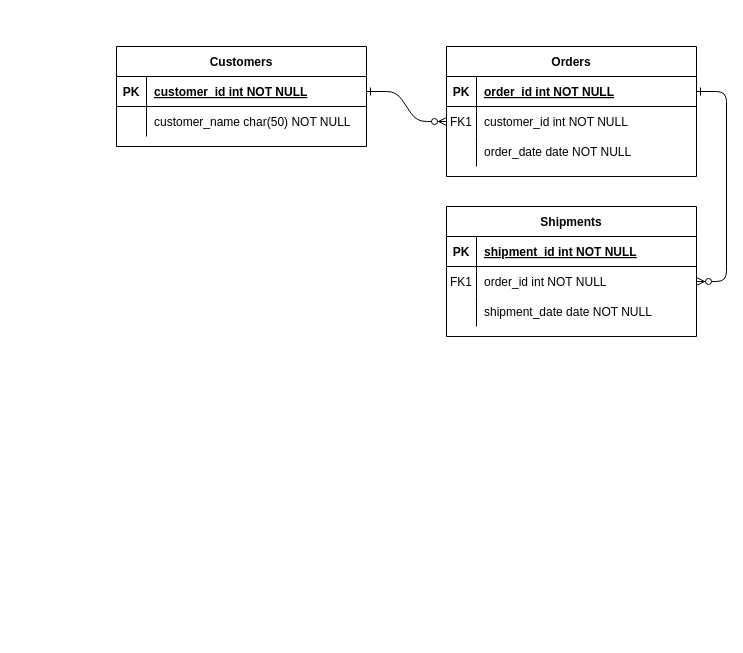
The draw.io diagram library.drawio in MihaiPop123/sdaCourse, before the edit. Source tidied: cells renumbered, new cells numbered last; positions are measured from the earlier drawing's top-left corner, leaving out a move shared by most shapes. Both pictures are drawn from the tidied source at 100%, with x=0, y=0 at pixel (116, 46).
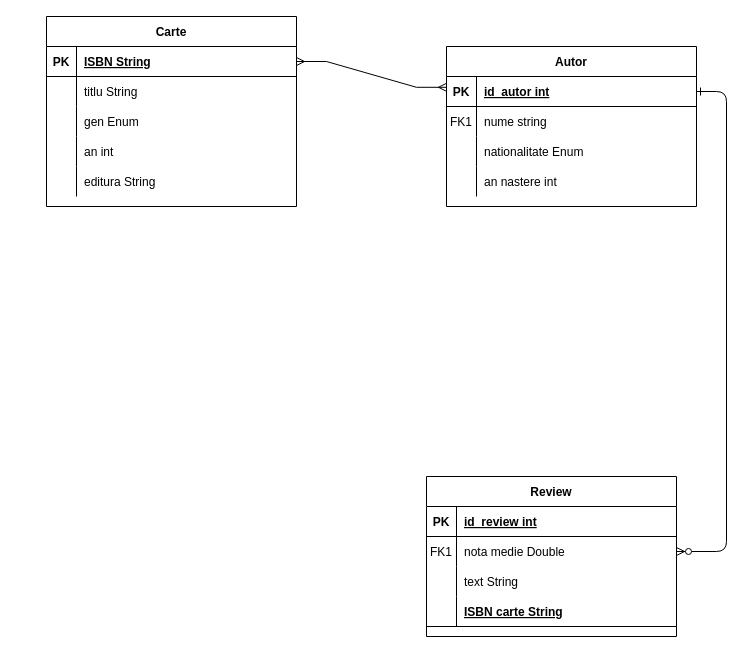
The same page after the edit.

The change refers to these unchanged cells:
```xml
<mxCell id="5" style="shape=partialRectangle;fillColor=none;points=[[0,0.5],[1,0.5]];portConstraint=eastwest;top=0;left=0;right=0;bottom=1;" parent="4" vertex="1">
  <mxGeometry y="30" width="250" height="30" as="geometry" />
</mxCell>
<mxCell id="8" style="shape=partialRectangle;fillColor=none;points=[[0,0.5],[1,0.5]];portConstraint=eastwest;top=0;left=0;right=0;bottom=0;" parent="4" vertex="1">
  <mxGeometry y="60" width="250" height="30" as="geometry" />
</mxCell>
<mxCell id="11" style="shape=partialRectangle;fillColor=none;top=0;left=0;right=0;bottom=0;" parent="4" vertex="1">
  <mxGeometry y="90" width="250" height="30" as="geometry" />
</mxCell>
<mxCell id="15" style="shape=partialRectangle;fillColor=none;top=0;left=0;right=0;bottom=1;" parent="14" vertex="1">
  <mxGeometry y="30" width="250" height="30" as="geometry" />
</mxCell>
<mxCell id="18" style="shape=partialRectangle;fillColor=none;points=[[0,0.5],[1,0.5]];portConstraint=eastwest;top=0;left=0;right=0;bottom=0;" parent="14" vertex="1">
  <mxGeometry y="60" width="250" height="30" as="geometry" />
</mxCell>
<mxCell id="21" style="shape=partialRectangle;fillColor=none;top=0;left=0;right=0;bottom=0;" parent="14" vertex="1">
  <mxGeometry y="90" width="250" height="30" as="geometry" />
</mxCell>
<mxCell id="25" style="shape=partialRectangle;fillColor=none;points=[[0,0.5],[1,0.5]];portConstraint=eastwest;top=0;left=0;right=0;bottom=1;" parent="24" vertex="1">
  <mxGeometry y="30" width="250" height="30" as="geometry" />
</mxCell>
<mxCell id="28" style="shape=partialRectangle;fillColor=none;top=0;left=0;right=0;bottom=0;" parent="24" vertex="1">
  <mxGeometry y="60" width="250" height="30" as="geometry" />
</mxCell>
```

The edit, as a diff of the source:
```diff
@@
-    <mxCell id="2" style="edgeStyle=entityRelationEdgeStyle;endArrow=ERzeroToMany;startArrow=ERone;endFill=1;startFill=0;" parent="1" edge="1" source="25" target="8">
-      <mxGeometry relative="1" as="geometry" />
-    </mxCell>
@@
-    <mxCell id="4" value="Orders" style="shape=table;startSize=30;childLayout=tableLayout;rowLines=0;fontStyle=1;align=center;" parent="1" vertex="1">
-      <mxGeometry x="330" width="250" height="130" as="geometry" />
+    <mxCell id="4" value="Autor" style="shape=table;startSize=30;childLayout=tableLayout;rowLines=0;fontStyle=1;align=center;" parent="1" vertex="1">
+      <mxGeometry x="330" width="250" height="160" as="geometry" />
     </mxCell>
@@
-    <mxCell id="7" value="order_id int NOT NULL " style="shape=partialRectangle;overflow=hidden;fillColor=none;top=0;left=0;bottom=0;right=0;align=left;spacingLeft=6;fontStyle=5;" parent="5" vertex="1">
+    <mxCell id="7" value="id_autor int" style="shape=partialRectangle;overflow=hidden;fillColor=none;top=0;left=0;bottom=0;right=0;align=left;spacingLeft=6;fontStyle=5;" parent="5" vertex="1">
       <mxGeometry x="30" width="220" height="30" as="geometry" />
     </mxCell>
@@
-    <mxCell id="10" value="customer_id int NOT NULL" style="shape=partialRectangle;overflow=hidden;fillColor=none;top=0;left=0;bottom=0;right=0;align=left;spacingLeft=6;" parent="8" vertex="1">
+    <mxCell id="10" value="nume string" style="shape=partialRectangle;overflow=hidden;fillColor=none;top=0;left=0;bottom=0;right=0;align=left;spacingLeft=6;" parent="8" vertex="1">
       <mxGeometry x="30" width="220" height="30" as="geometry" />
     </mxCell>
@@
-    <mxCell id="13" value="order_date date NOT NULL" style="shape=partialRectangle;overflow=hidden;fillColor=none;top=0;left=0;bottom=0;right=0;align=left;spacingLeft=6;" parent="11" vertex="1">
+    <mxCell id="13" value="nationalitate Enum" style="shape=partialRectangle;overflow=hidden;fillColor=none;top=0;left=0;bottom=0;right=0;align=left;spacingLeft=6;" parent="11" vertex="1">
       <mxGeometry x="30" width="220" height="30" as="geometry" />
     </mxCell>
+    <mxCell id="31" style="shape=partialRectangle;fillColor=none;top=0;left=0;right=0;bottom=0;" parent="4" vertex="1">
+      <mxGeometry y="120" width="250" height="30" as="geometry" />
+    </mxCell>
+    <mxCell id="32" style="shape=partialRectangle;overflow=hidden;fillColor=none;top=0;left=0;bottom=0;right=0;" parent="31" vertex="1">
+      <mxGeometry width="30" height="30" as="geometry" />
+    </mxCell>
+    <mxCell id="33" value="an nastere int" style="shape=partialRectangle;overflow=hidden;fillColor=none;top=0;left=0;bottom=0;right=0;align=left;spacingLeft=6;" parent="31" vertex="1">
+      <mxGeometry x="30" width="220" height="30" as="geometry" />
+    </mxCell>
-    <mxCell id="14" value="Shipments" style="shape=table;startSize=30;childLayout=tableLayout;rowLines=0;fontStyle=1;align=center;" parent="1" vertex="1">
-      <mxGeometry x="330" y="160" width="250" height="130" as="geometry" />
+    <mxCell id="14" value="Review" style="shape=table;startSize=30;childLayout=tableLayout;rowLines=0;fontStyle=1;align=center;" parent="1" vertex="1">
+      <mxGeometry x="310" y="430" width="250" height="160" as="geometry" />
     </mxCell>
@@
-    <mxCell id="17" value="shipment_id int NOT NULL " style="shape=partialRectangle;overflow=hidden;fillColor=none;top=0;left=0;bottom=0;right=0;align=left;spacingLeft=6;fontStyle=5;" parent="15" vertex="1">
+    <mxCell id="17" value="id_review int" style="shape=partialRectangle;overflow=hidden;fillColor=none;top=0;left=0;bottom=0;right=0;align=left;spacingLeft=6;fontStyle=5;" parent="15" vertex="1">
       <mxGeometry x="30" width="220" height="30" as="geometry" />
     </mxCell>
@@
-    <mxCell id="20" value="order_id int NOT NULL" style="shape=partialRectangle;overflow=hidden;fillColor=none;top=0;left=0;bottom=0;right=0;align=left;spacingLeft=6;" parent="18" vertex="1">
+    <mxCell id="20" value="nota medie Double" style="shape=partialRectangle;overflow=hidden;fillColor=none;top=0;left=0;bottom=0;right=0;align=left;spacingLeft=6;" parent="18" vertex="1">
       <mxGeometry x="30" width="220" height="30" as="geometry" />
     </mxCell>
@@
-    <mxCell id="23" value="shipment_date date NOT NULL" style="shape=partialRectangle;overflow=hidden;fillColor=none;top=0;left=0;bottom=0;right=0;align=left;spacingLeft=6;" parent="21" vertex="1">
+    <mxCell id="23" value="text String" style="shape=partialRectangle;overflow=hidden;fillColor=none;top=0;left=0;bottom=0;right=0;align=left;spacingLeft=6;" parent="21" vertex="1">
       <mxGeometry x="30" width="220" height="30" as="geometry" />
     </mxCell>
+    <mxCell id="34" style="shape=partialRectangle;fillColor=none;top=0;left=0;right=0;bottom=1;" parent="14" vertex="1">
+      <mxGeometry y="120" width="250" height="30" as="geometry" />
+    </mxCell>
+    <mxCell id="35" style="shape=partialRectangle;overflow=hidden;fillColor=none;top=0;left=0;bottom=0;right=0;fontStyle=1;" parent="34" vertex="1">
+      <mxGeometry width="30" height="30" as="geometry" />
+    </mxCell>
+    <mxCell id="36" value="ISBN carte String" style="shape=partialRectangle;overflow=hidden;fillColor=none;top=0;left=0;bottom=0;right=0;align=left;spacingLeft=6;fontStyle=5;" parent="34" vertex="1">
+      <mxGeometry x="30" width="220" height="30" as="geometry" />
+    </mxCell>
-    <mxCell id="24" value="Customers" style="shape=table;startSize=30;childLayout=tableLayout;rowLines=0;fontStyle=1;align=center;" parent="1" vertex="1">
-      <mxGeometry width="250" height="100" as="geometry" />
+    <mxCell id="24" value="Carte" style="shape=table;startSize=30;childLayout=tableLayout;rowLines=0;fontStyle=1;align=center;" parent="1" vertex="1">
+      <mxGeometry x="-70" y="-30" width="250" height="190" as="geometry" />
     </mxCell>
@@
-    <mxCell id="27" value="customer_id int NOT NULL " style="shape=partialRectangle;overflow=hidden;fillColor=none;top=0;left=0;bottom=0;right=0;align=left;spacingLeft=6;fontStyle=5;" parent="25" vertex="1">
+    <mxCell id="27" value="ISBN String" style="shape=partialRectangle;overflow=hidden;fillColor=none;top=0;left=0;bottom=0;right=0;align=left;spacingLeft=6;fontStyle=5;" parent="25" vertex="1">
       <mxGeometry x="30" width="220" height="30" as="geometry" />
     </mxCell>
@@
-    <mxCell id="30" value="customer_name char(50) NOT NULL" style="shape=partialRectangle;overflow=hidden;fillColor=none;top=0;left=0;bottom=0;right=0;align=left;spacingLeft=6;" parent="28" vertex="1">
+    <mxCell id="30" value="titlu String" style="shape=partialRectangle;overflow=hidden;fillColor=none;top=0;left=0;bottom=0;right=0;align=left;spacingLeft=6;" parent="28" vertex="1">
       <mxGeometry x="30" width="220" height="30" as="geometry" />
     </mxCell>
+    <mxCell id="37" style="shape=partialRectangle;fillColor=none;top=0;left=0;right=0;bottom=0;" parent="24" vertex="1">
+      <mxGeometry y="90" width="250" height="30" as="geometry" />
+    </mxCell>
+    <mxCell id="38" style="shape=partialRectangle;overflow=hidden;fillColor=none;top=0;left=0;bottom=0;right=0;" parent="37" vertex="1">
+      <mxGeometry width="30" height="30" as="geometry" />
+    </mxCell>
+    <mxCell id="39" value="gen Enum" style="shape=partialRectangle;overflow=hidden;fillColor=none;top=0;left=0;bottom=0;right=0;align=left;spacingLeft=6;" parent="37" vertex="1">
+      <mxGeometry x="30" width="220" height="30" as="geometry" />
+    </mxCell>
+    <mxCell id="40" style="shape=partialRectangle;fillColor=none;top=0;left=0;right=0;bottom=0;" parent="24" vertex="1">
+      <mxGeometry y="120" width="250" height="30" as="geometry" />
+    </mxCell>
+    <mxCell id="41" style="shape=partialRectangle;overflow=hidden;fillColor=none;top=0;left=0;bottom=0;right=0;" parent="40" vertex="1">
+      <mxGeometry width="30" height="30" as="geometry" />
+    </mxCell>
+    <mxCell id="42" value="an int" style="shape=partialRectangle;overflow=hidden;fillColor=none;top=0;left=0;bottom=0;right=0;align=left;spacingLeft=6;" parent="40" vertex="1">
+      <mxGeometry x="30" width="220" height="30" as="geometry" />
+    </mxCell>
+    <mxCell id="43" style="shape=partialRectangle;fillColor=none;top=0;left=0;right=0;bottom=0;" parent="24" vertex="1">
+      <mxGeometry y="150" width="250" height="30" as="geometry" />
+    </mxCell>
+    <mxCell id="44" style="shape=partialRectangle;overflow=hidden;fillColor=none;top=0;left=0;bottom=0;right=0;" parent="43" vertex="1">
+      <mxGeometry width="30" height="30" as="geometry" />
+    </mxCell>
+    <mxCell id="45" value="editura String" style="shape=partialRectangle;overflow=hidden;fillColor=none;top=0;left=0;bottom=0;right=0;align=left;spacingLeft=6;" parent="43" vertex="1">
+      <mxGeometry x="30" width="220" height="30" as="geometry" />
+    </mxCell>
+    <mxCell id="46" style="edgeStyle=entityRelationEdgeStyle;fontSize=12;html=1;endArrow=ERmany;startArrow=ERmany;rounded=0;entryX=-0.007;entryY=0.711;entryDx=0;entryDy=0;entryPerimeter=0;exitX=1;exitY=0.5;exitDx=0;exitDy=0;" parent="1" edge="1" source="25">
+      <mxGeometry relative="1" as="geometry">
+        <mxPoint x="330" y="40.8" as="targetPoint" />
+        <Array as="points">
+          <mxPoint x="310" y="20" />
+        </Array>
+      </mxGeometry>
+    </mxCell>
+    <mxCell id="47" style="edgeStyle=entityRelationEdgeStyle;fontSize=12;html=1;endArrow=ERoneToMany;rounded=0;strokeColor=none;" parent="1" edge="1">
+      <mxGeometry relative="1" as="geometry">
+        <mxPoint x="70" y="580" as="sourcePoint" />
+        <mxPoint x="-70" y="10" as="targetPoint" />
+      </mxGeometry>
+    </mxCell>
```
